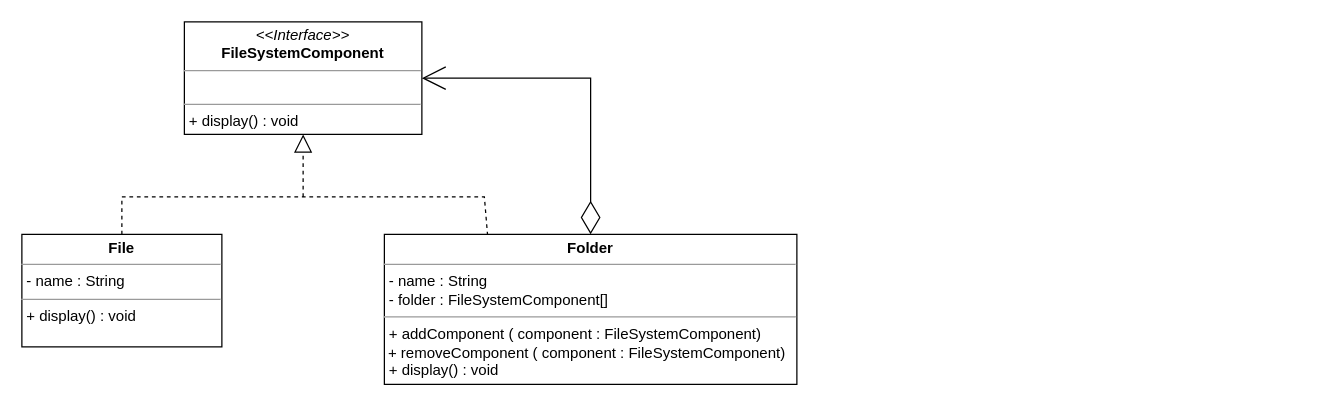
Above: Project/structural/Composite/Composite.drawio in pang1217/Pattern-and-Software-Design (draw.io), before the change. Source tidied: cells renumbered, new cells numbered last; positions are measured from the earlier drawing's top-left corner, leaving out a move shared by most shapes. Both pictures are drawn from the tidied source at 125%, with x=0, y=0 at pixel (21, 21).
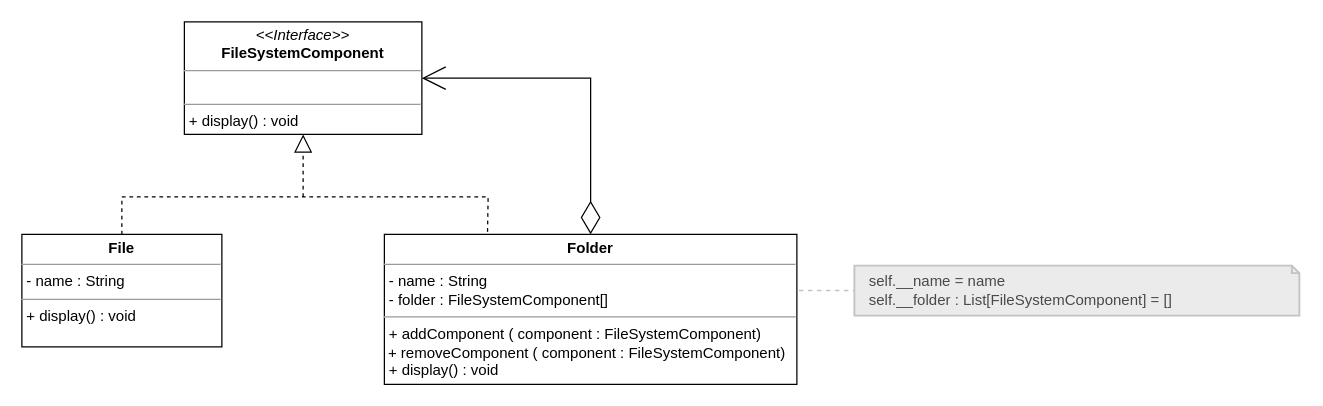
The same page after the edit.

The edit, as a diff of the source:
```diff
@@
 <mxGraphModel>
   <root>
     <mxCell id="0" />
     <mxCell id="1" parent="0" />
     <mxCell id="2" value="&lt;p style=&quot;margin:0px;margin-top:4px;text-align:center;&quot;&gt;&lt;i&gt;&amp;lt;&amp;lt;Interface&amp;gt;&amp;gt;&lt;/i&gt;&lt;br&gt;&lt;b&gt;FileSystemComponent&lt;/b&gt;&lt;/p&gt;&lt;hr size=&quot;1&quot;&gt;&lt;p style=&quot;margin:0px;margin-left:4px;&quot;&gt;&lt;br&gt;&lt;/p&gt;&lt;hr size=&quot;1&quot;&gt;&lt;p style=&quot;margin:0px;margin-left:4px;&quot;&gt;+ display() : void&lt;/p&gt;" style="verticalAlign=top;align=left;overflow=fill;fontSize=12;fontFamily=Helvetica;html=1;whiteSpace=wrap;" parent="1" vertex="1">
       <mxGeometry x="130" width="190" height="90" as="geometry" />
     </mxCell>
     <mxCell id="3" value="&lt;p style=&quot;margin:0px;margin-top:4px;text-align:center;&quot;&gt;&lt;b&gt;File&lt;/b&gt;&lt;/p&gt;&lt;hr size=&quot;1&quot;&gt;&lt;p style=&quot;margin:0px;margin-left:4px;&quot;&gt;- name : String&lt;/p&gt;&lt;hr size=&quot;1&quot;&gt;&lt;p style=&quot;margin:0px;margin-left:4px;&quot;&gt;+ display() : void&lt;/p&gt;" style="verticalAlign=top;align=left;overflow=fill;fontSize=12;fontFamily=Helvetica;html=1;whiteSpace=wrap;" parent="1" vertex="1">
       <mxGeometry y="170" width="160" height="90" as="geometry" />
     </mxCell>
     <mxCell id="4" value="&lt;p style=&quot;margin:0px;margin-top:4px;text-align:center;&quot;&gt;&lt;b&gt;Folder&lt;/b&gt;&lt;/p&gt;&lt;hr size=&quot;1&quot;&gt;&lt;p style=&quot;margin:0px;margin-left:4px;&quot;&gt;- name : String&lt;/p&gt;&lt;p style=&quot;margin:0px;margin-left:4px;&quot;&gt;- folder : FileSystemComponent[]&lt;/p&gt;&lt;hr size=&quot;1&quot;&gt;&lt;p style=&quot;margin:0px;margin-left:4px;&quot;&gt;+ addComponent ( component : FileSystemComponent)&lt;/p&gt;&amp;nbsp;+ removeComponent ( component : FileSystemComponent)&lt;p style=&quot;margin:0px;margin-left:4px;&quot;&gt;+ display() : void&lt;/p&gt;" style="verticalAlign=top;align=left;overflow=fill;fontSize=12;fontFamily=Helvetica;html=1;whiteSpace=wrap;" parent="1" vertex="1">
       <mxGeometry x="290" y="170" width="330" height="120" as="geometry" />
     </mxCell>
     <mxCell id="5" style="endArrow=block;dashed=1;endFill=0;endSize=12;html=1;rounded=0;entryX=0.5;entryY=1;entryDx=0;entryDy=0;" parent="1" edge="1" target="2">
       <mxGeometry relative="1" as="geometry">
         <mxPoint x="225" y="140" as="sourcePoint" />
       </mxGeometry>
     </mxCell>
     <mxCell id="6" style="endArrow=none;dashed=1;html=1;rounded=0;exitX=0.5;exitY=0;exitDx=0;exitDy=0;entryX=0.25;entryY=0;entryDx=0;entryDy=0;" parent="1" edge="1" source="3" target="4">
       <mxGeometry relative="1" as="geometry">
         <Array as="points">
           <mxPoint x="80" y="140" />
-          <mxPoint x="370" y="140" />
+          <mxPoint x="373" y="140" />
         </Array>
       </mxGeometry>
     </mxCell>
     <mxCell id="7" style="endArrow=diamondThin;endFill=0;endSize=24;html=1;rounded=0;entryX=0.5;entryY=0;entryDx=0;entryDy=0;exitX=1;exitY=0.5;exitDx=0;exitDy=0;startArrow=open;startFill=0;startSize=17;" parent="1" edge="1" source="2" target="4">
       <mxGeometry relative="1" as="geometry">
         <Array as="points">
           <mxPoint x="455" y="45" />
         </Array>
       </mxGeometry>
     </mxCell>
+    <mxCell id="8" value="&lt;font color=&quot;#494949&quot; style=&quot;font-size: 12px;&quot;&gt;&lt;div style=&quot;font-size: 12px;&quot;&gt;&lt;div&gt;self.__name = name&lt;/div&gt;&lt;div&gt;self.__folder : List[FileSystemComponent] = []&lt;/div&gt;&lt;/div&gt;&lt;/font&gt;" style="shape=note;size=6;align=left;spacingLeft=10;html=1;whiteSpace=wrap;strokeWidth=1.5;strokeColor=#C3C3C3;gradientColor=none;fillColor=#EBEBEB;fontSize=12;" parent="1" vertex="1">
+      <mxGeometry x="666" y="195" width="356" height="40" as="geometry" />
+    </mxCell>
+    <mxCell id="9" style="rounded=0;jettySize=auto;html=1;startArrow=none;startFill=1;startSize=3;jumpStyle=none;endArrow=none;endFill=0;anchorPointDirection=0;backgroundOutline=0;snapToPoint=1;flowAnimation=0;strokeColor=#C3C3C3;dashed=1;shadow=0;strokeWidth=1.2;entryX=0;entryY=0.5;entryDx=0;entryDy=0;fontSize=12;entryPerimeter=0;exitX=1.005;exitY=0.374;exitDx=0;exitDy=0;exitPerimeter=0;" parent="1" edge="1" source="4" target="8">
+      <mxGeometry relative="1" as="geometry" />
+    </mxCell>
   </root>
 </mxGraphModel>
```
